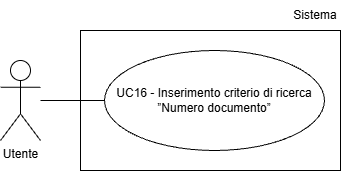
This is assets/Use_Case_Diagrams/UC16.png from Team-Three-Technologies/Documenti, a draw.io export, as it was before one commit. Source tidied: cells renumbered, new cells last; positions are measured from the earlier drawing's top-left corner, leaving out a move shared by most shapes.
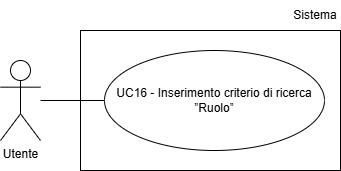
After the change.

Change to the diagram source:
```diff
@@ -5,14 +5,14 @@
     <mxCell id="2" value="Utente" style="shape=umlActor;verticalLabelPosition=bottom;verticalAlign=top;html=1;" parent="1" vertex="1">
       <mxGeometry y="60" width="40" height="80" as="geometry" />
     </mxCell>
-    <mxCell id="3" value="UC16 - Inserimento criterio di ricerca ”Numero documento”" style="ellipse;whiteSpace=wrap;html=1;align=center;" parent="1" vertex="1">
-      <mxGeometry x="104" y="50" width="220" height="100" as="geometry" />
-    </mxCell>
-    <mxCell id="4" style="endArrow=none;html=1;rounded=0;entryX=0;entryY=0.5;entryDx=0;entryDy=0;" parent="1" edge="1" target="3">
-      <mxGeometry relative="1" as="geometry">
-        <mxPoint x="40" y="100" as="sourcePoint" />
-      </mxGeometry>
-    </mxCell>
+    <mxCell id="7" value="UC16 - Inserimento criterio di ricerca ”Ruolo”" style="ellipse;whiteSpace=wrap;html=1;align=center;" parent="1" vertex="1">
+      <mxGeometry x="104" y="50" width="220" height="100" as="geometry" />
+    </mxCell>
+    <mxCell id="8" style="endArrow=none;html=1;rounded=0;entryX=0;entryY=0.5;entryDx=0;entryDy=0;" parent="1" edge="1" target="7">
+      <mxGeometry relative="1" as="geometry">
+        <mxPoint x="40" y="100" as="sourcePoint" />
+      </mxGeometry>
+    </mxCell>
     <mxCell id="5" style="rounded=0;whiteSpace=wrap;html=1;fillColor=none;" parent="1" vertex="1">
       <mxGeometry x="80" y="30" width="260" height="140" as="geometry" />
     </mxCell>
```
